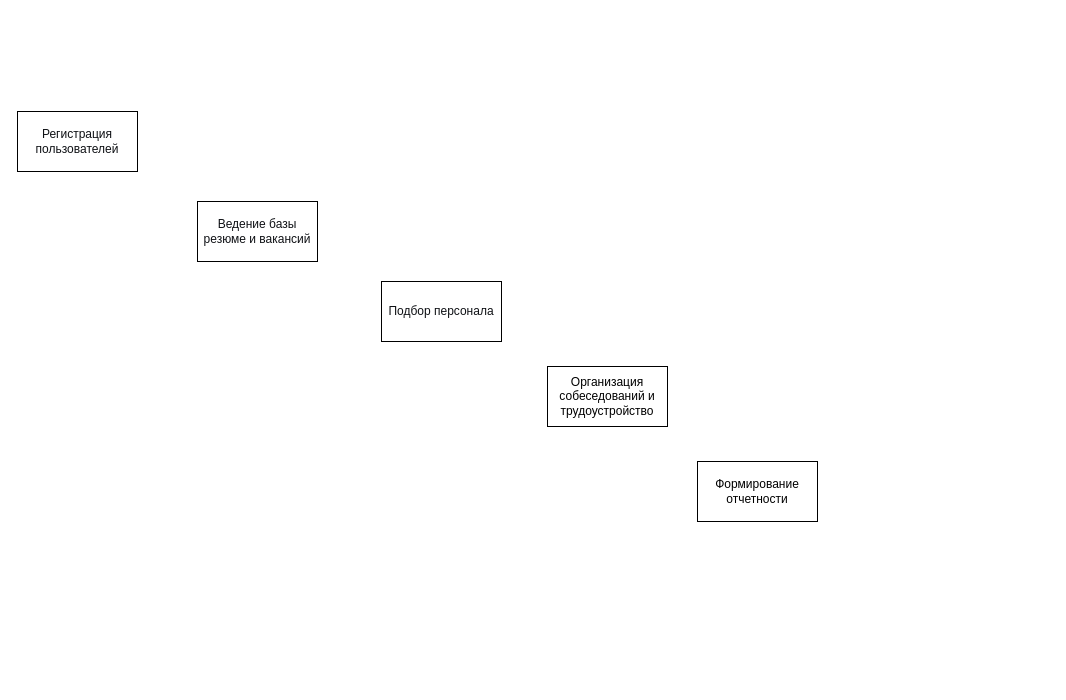
Earlier version of the draw.io diagram page "Страница-2" (2 of 3) of пррр.drawio (Dasha-Angel/work). Source tidied: cells renumbered, new cells numbered last; positions are measured from the earlier drawing's top-left corner, leaving out a move shared by most shapes. Both pictures are drawn from the tidied source at 100%, with x=0, y=0 at pixel (17, 111).
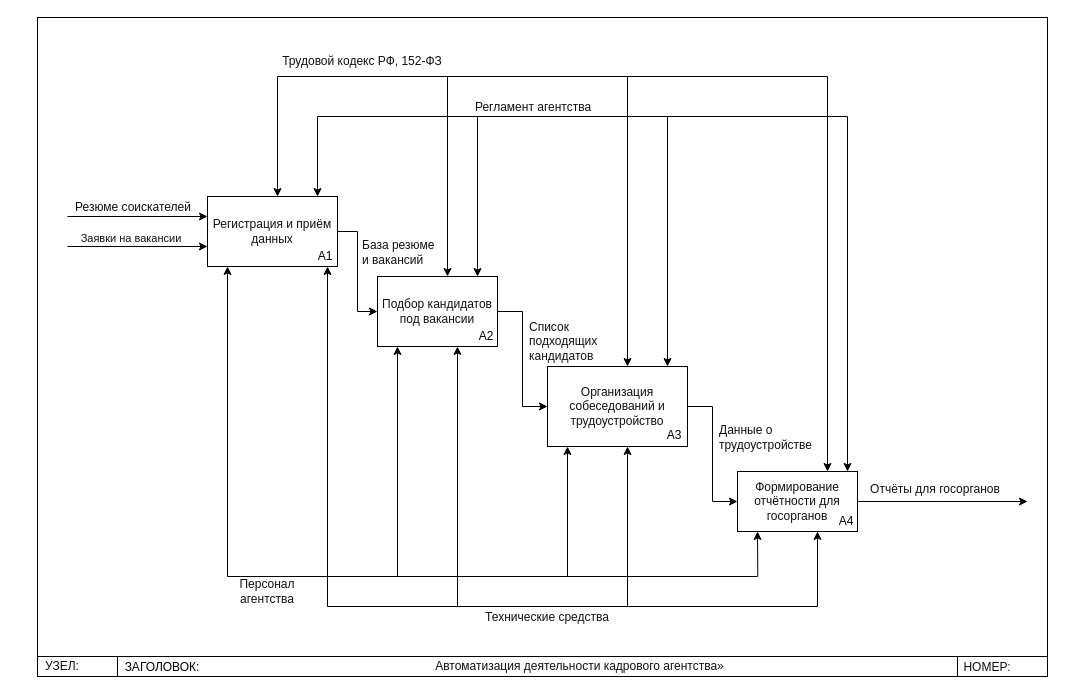
The same page after the edit.

Change to the diagram source:
```diff
@@
-    <mxCell id="2" value="&lt;span style=&quot;color: rgb(15, 17, 21); text-align: start; background-color: rgb(255, 255, 255);&quot;&gt;&lt;font face=&quot;Helvetica&quot;&gt;Регистрация пользователей&lt;/font&gt;&lt;/span&gt;" style="rounded=0;whiteSpace=wrap;html=1;" parent="1" vertex="1">
-      <mxGeometry width="120" height="60" as="geometry" />
-    </mxCell>
-    <mxCell id="3" value="&lt;span style=&quot;color: rgb(15, 17, 21); font-weight: 400; text-align: start; background-color: rgb(255, 255, 255);&quot;&gt;&lt;font face=&quot;Helvetica&quot;&gt;Ведение базы резюме и вакансий&lt;/font&gt;&lt;/span&gt;" style="rounded=0;whiteSpace=wrap;html=1;fontStyle=1;" parent="1" vertex="1">
-      <mxGeometry x="180" y="90" width="120" height="60" as="geometry" />
-    </mxCell>
-    <mxCell id="4" value="&lt;span style=&quot;color: rgb(15, 17, 21); text-align: start; background-color: rgb(255, 255, 255);&quot;&gt;&lt;font face=&quot;Helvetica&quot;&gt;Подбор персонала&lt;/font&gt;&lt;/span&gt;" style="rounded=0;whiteSpace=wrap;html=1;" parent="1" vertex="1">
-      <mxGeometry x="364" y="170" width="120" height="60" as="geometry" />
-    </mxCell>
+    <mxCell id="7" style="rounded=0;whiteSpace=wrap;html=1;" parent="1" vertex="1">
+      <mxGeometry x="20" y="-94" width="1010" height="659" as="geometry" />
+    </mxCell>
+    <mxCell id="8" value="&lt;span style=&quot;color: rgb(15, 17, 21); text-align: start; background-color: rgb(255, 255, 255);&quot;&gt;&lt;span class=&quot;&quot; style=&quot;&quot;&gt;&lt;font face=&quot;Helvetica&quot; style=&quot;&quot;&gt;УЗЕЛ:&lt;/font&gt;&lt;/span&gt;&lt;/span&gt;" style="text;html=1;whiteSpace=wrap;strokeColor=none;fillColor=none;align=center;verticalAlign=middle;rounded=0;" parent="1" vertex="1">
+      <mxGeometry x="10" y="540" width="70" height="30" as="geometry" />
+    </mxCell>
+    <mxCell id="9" value="&lt;span style=&quot;color: rgb(15, 17, 21); text-align: start; background-color: rgb(255, 255, 255);&quot;&gt;&lt;span class=&quot;&quot; style=&quot;&quot;&gt;&lt;font face=&quot;Helvetica&quot;&gt;НОМЕР:&lt;/font&gt;&lt;/span&gt;&lt;/span&gt;" style="text;html=1;whiteSpace=wrap;strokeColor=none;fillColor=none;align=center;verticalAlign=middle;rounded=0;" parent="1" vertex="1">
+      <mxGeometry x="940" y="541" width="60" height="30" as="geometry" />
+    </mxCell>
+    <mxCell id="10" value="&lt;font&gt;&lt;span class=&quot;&quot; style=&quot;color: rgb(15, 17, 21); text-align: start; background-color: rgb(255, 255, 255);&quot;&gt;Автоматизация деятельности кадрового агентства»&lt;/span&gt;&lt;/font&gt;" style="text;html=1;whiteSpace=wrap;strokeColor=none;fillColor=none;align=center;verticalAlign=middle;rounded=0;" parent="1" vertex="1">
+      <mxGeometry x="185" y="540" width="755" height="30" as="geometry" />
+    </mxCell>
+    <mxCell id="11" value="ЗАГОЛОВОК:" style="text;html=1;whiteSpace=wrap;strokeColor=none;fillColor=none;align=center;verticalAlign=middle;rounded=0;" parent="1" vertex="1">
+      <mxGeometry x="105" y="541" width="80" height="30" as="geometry" />
+    </mxCell>
+    <mxCell id="12" style="edgeStyle=orthogonalEdgeStyle;rounded=0;jettySize=auto;html=1;entryX=0;entryY=0.5;entryDx=0;entryDy=0;" parent="1" edge="1" source="13" target="15">
+      <mxGeometry relative="1" as="geometry" />
+    </mxCell>
+    <mxCell id="13" value="&lt;span style=&quot;color: rgb(15, 17, 21); text-align: start; background-color: rgb(255, 255, 255);&quot;&gt;&lt;span class=&quot;&quot; style=&quot;&quot;&gt;&lt;font face=&quot;Helvetica&quot;&gt;Регистрация и приём данных&lt;/font&gt;&lt;/span&gt;&lt;/span&gt;" style="whiteSpace=wrap;html=1;" parent="1" vertex="1">
+      <mxGeometry x="190" y="85" width="130" height="70" as="geometry" />
+    </mxCell>
+    <mxCell id="14" style="edgeStyle=orthogonalEdgeStyle;rounded=0;jettySize=auto;html=1;entryX=0;entryY=0.5;entryDx=0;entryDy=0;" parent="1" edge="1" source="15" target="5">
+      <mxGeometry relative="1" as="geometry" />
+    </mxCell>
+    <mxCell id="15" value="&lt;span style=&quot;color: rgb(15, 17, 21); text-align: start; background-color: rgb(255, 255, 255);&quot;&gt;&lt;span class=&quot;&quot; style=&quot;&quot;&gt;&lt;font&gt;Подбор кандидатов под вакансии&lt;/font&gt;&lt;/span&gt;&lt;/span&gt;" style="whiteSpace=wrap;html=1;" parent="1" vertex="1">
+      <mxGeometry x="360" y="165" width="120" height="70" as="geometry" />
+    </mxCell>
+    <mxCell id="16" style="edgeStyle=orthogonalEdgeStyle;rounded=0;jettySize=auto;html=1;entryX=0;entryY=0.5;entryDx=0;entryDy=0;" parent="1" edge="1" source="5" target="18">
+      <mxGeometry relative="1" as="geometry" />
+    </mxCell>
-    <mxCell id="5" value="Организация собеседований и трудоустройство" style="rounded=0;whiteSpace=wrap;html=1;" parent="1" vertex="1">
-      <mxGeometry x="530" y="255" width="120" height="60" as="geometry" />
+    <mxCell id="5" value="&lt;span style=&quot;color: rgb(15, 17, 21); text-align: start; background-color: rgb(255, 255, 255);&quot;&gt;&lt;span class=&quot;&quot; style=&quot;&quot;&gt;&lt;font face=&quot;Helvetica&quot;&gt;Организация собеседований и трудоустройство&lt;/font&gt;&lt;/span&gt;&lt;/span&gt;" style="whiteSpace=wrap;html=1;" parent="1" vertex="1">
+      <mxGeometry x="530" y="255" width="140" height="80" as="geometry" />
     </mxCell>
-    <mxCell id="6" value="Формирование отчетности" style="rounded=0;whiteSpace=wrap;html=1;" parent="1" vertex="1">
-      <mxGeometry x="680" y="350" width="120" height="60" as="geometry" />
-    </mxCell>
+    <mxCell id="17" style="edgeStyle=orthogonalEdgeStyle;rounded=0;jettySize=auto;html=1;" parent="1" edge="1" source="18">
+      <mxGeometry relative="1" as="geometry">
+        <mxPoint x="1010" y="390" as="targetPoint" />
+      </mxGeometry>
+    </mxCell>
+    <mxCell id="18" value="&lt;span style=&quot;color: rgb(15, 17, 21); text-align: start; background-color: rgb(255, 255, 255);&quot;&gt;&lt;span class=&quot;&quot; style=&quot;&quot;&gt;&lt;font face=&quot;Helvetica&quot;&gt;Формирование отчётности для госорганов&lt;/font&gt;&lt;/span&gt;&lt;/span&gt;" style="whiteSpace=wrap;html=1;" parent="1" vertex="1">
+      <mxGeometry x="720" y="360" width="120" height="60" as="geometry" />
+    </mxCell>
+    <mxCell id="19" value="&lt;span style=&quot;color: rgb(15, 17, 21); text-align: start; background-color: rgb(255, 255, 255);&quot;&gt;&lt;font face=&quot;Helvetica&quot;&gt;Резюме соискателей&lt;/font&gt;&lt;/span&gt;" style="text;html=1;whiteSpace=wrap;strokeColor=none;fillColor=none;align=center;verticalAlign=middle;rounded=0;" parent="1" vertex="1">
+      <mxGeometry x="56" y="81" width="120" height="30" as="geometry" />
+    </mxCell>
+    <mxCell id="20" value="&lt;span style=&quot;color: rgb(15, 17, 21); text-align: start; background-color: rgb(255, 255, 255);&quot;&gt;&lt;font face=&quot;Helvetica&quot; style=&quot;font-size: 11px;&quot;&gt;Заявки на вакансии&lt;/font&gt;&lt;/span&gt;" style="text;html=1;whiteSpace=wrap;strokeColor=none;fillColor=none;align=center;verticalAlign=middle;rounded=0;" parent="1" vertex="1">
+      <mxGeometry x="54" y="112" width="120" height="30" as="geometry" />
+    </mxCell>
+    <mxCell id="21" value="&lt;span style=&quot;color: rgb(15, 17, 21); background-color: rgb(255, 255, 255);&quot;&gt;&lt;span class=&quot;&quot; style=&quot;&quot;&gt;&lt;font face=&quot;Helvetica&quot;&gt;База резюме и вакансий&lt;/font&gt;&lt;/span&gt;&lt;/span&gt;" style="text;html=1;whiteSpace=wrap;strokeColor=none;fillColor=none;align=left;verticalAlign=middle;rounded=0;" parent="1" vertex="1">
+      <mxGeometry x="343" y="126" width="78" height="30" as="geometry" />
+    </mxCell>
+    <mxCell id="22" value="&lt;span style=&quot;color: rgb(15, 17, 21); background-color: rgb(255, 255, 255);&quot;&gt;&lt;span class=&quot;&quot; style=&quot;&quot;&gt;&lt;font&gt;Список подходящих кандидатов&lt;/font&gt;&lt;/span&gt;&lt;/span&gt;" style="text;html=1;whiteSpace=wrap;strokeColor=none;fillColor=none;align=left;verticalAlign=middle;rounded=0;" parent="1" vertex="1">
+      <mxGeometry x="510" y="215" width="110" height="30" as="geometry" />
+    </mxCell>
+    <mxCell id="23" value="&lt;span style=&quot;color: rgb(15, 17, 21); background-color: rgb(255, 255, 255);&quot;&gt;&lt;span class=&quot;&quot; style=&quot;&quot;&gt;&lt;font face=&quot;Helvetica&quot;&gt;Данные о трудоустройстве&lt;/font&gt;&lt;/span&gt;&lt;/span&gt;" style="text;html=1;whiteSpace=wrap;strokeColor=none;fillColor=none;align=left;verticalAlign=middle;rounded=0;" parent="1" vertex="1">
+      <mxGeometry x="700" y="311" width="90" height="30" as="geometry" />
+    </mxCell>
+    <mxCell id="24" value="&lt;span style=&quot;color: rgb(15, 17, 21); text-align: start; background-color: rgb(255, 255, 255);&quot;&gt;&lt;font face=&quot;Helvetica&quot;&gt;Отчёты для госорганов&lt;/font&gt;&lt;/span&gt;" style="text;html=1;whiteSpace=wrap;strokeColor=none;fillColor=none;align=center;verticalAlign=middle;rounded=0;" parent="1" vertex="1">
+      <mxGeometry x="833" y="363" width="170" height="30" as="geometry" />
+    </mxCell>
+    <mxCell id="25" value="&lt;span style=&quot;color: rgb(15, 17, 21); text-align: start; background-color: rgb(255, 255, 255);&quot;&gt;&lt;font&gt;Трудовой кодекс РФ, 152-ФЗ&lt;/font&gt;&lt;/span&gt;" style="text;html=1;whiteSpace=wrap;strokeColor=none;fillColor=none;align=center;verticalAlign=middle;rounded=0;" parent="1" vertex="1">
+      <mxGeometry x="220" y="-65" width="250" height="30" as="geometry" />
+    </mxCell>
+    <mxCell id="26" value="&lt;span style=&quot;color: rgb(15, 17, 21); text-align: start; background-color: rgb(255, 255, 255);&quot;&gt;&lt;font&gt;Регламент агентства&lt;/font&gt;&lt;/span&gt;" style="text;html=1;whiteSpace=wrap;strokeColor=none;fillColor=none;align=center;verticalAlign=middle;rounded=0;" parent="1" vertex="1">
+      <mxGeometry x="396" y="-19" width="240" height="30" as="geometry" />
+    </mxCell>
+    <mxCell id="27" value="&lt;span style=&quot;color: rgb(15, 17, 21); text-align: start; background-color: rgb(255, 255, 255);&quot;&gt;&lt;font face=&quot;Helvetica&quot;&gt;Персонал агентства&lt;/font&gt;&lt;/span&gt;" style="text;html=1;whiteSpace=wrap;strokeColor=none;fillColor=none;align=center;verticalAlign=middle;rounded=0;" parent="1" vertex="1">
+      <mxGeometry x="200" y="465" width="100" height="30" as="geometry" />
+    </mxCell>
+    <mxCell id="28" value="&lt;span style=&quot;color: rgb(15, 17, 21); text-align: start; background-color: rgb(255, 255, 255);&quot;&gt;&lt;font face=&quot;Helvetica&quot;&gt;Технические средства&lt;/font&gt;&lt;/span&gt;" style="text;html=1;whiteSpace=wrap;strokeColor=none;fillColor=none;align=center;verticalAlign=middle;rounded=0;" parent="1" vertex="1">
+      <mxGeometry x="440" y="491" width="180" height="30" as="geometry" />
+    </mxCell>
+    <mxCell id="29" style="endArrow=classic;html=1;rounded=0;" parent="1" edge="1">
+      <mxGeometry relative="1" as="geometry">
+        <mxPoint x="50" y="105" as="sourcePoint" />
+        <mxPoint x="190" y="105" as="targetPoint" />
+      </mxGeometry>
+    </mxCell>
+    <mxCell id="30" style="endArrow=classic;html=1;rounded=0;" parent="1" edge="1">
+      <mxGeometry relative="1" as="geometry">
+        <mxPoint x="50" y="135" as="sourcePoint" />
+        <mxPoint x="190" y="135" as="targetPoint" />
+      </mxGeometry>
+    </mxCell>
+    <mxCell id="31" style="endArrow=classic;html=1;rounded=0;" parent="1" edge="1">
+      <mxGeometry relative="1" as="geometry">
+        <mxPoint x="260" y="-35" as="sourcePoint" />
+        <mxPoint x="260" y="85" as="targetPoint" />
+      </mxGeometry>
+    </mxCell>
+    <mxCell id="32" style="endArrow=classic;html=1;rounded=0;" parent="1" edge="1">
+      <mxGeometry relative="1" as="geometry">
+        <mxPoint x="430" y="-35" as="sourcePoint" />
+        <mxPoint x="430" y="165" as="targetPoint" />
+      </mxGeometry>
+    </mxCell>
+    <mxCell id="33" style="endArrow=classic;html=1;rounded=0;" parent="1" edge="1">
+      <mxGeometry relative="1" as="geometry">
+        <mxPoint x="610" y="-35" as="sourcePoint" />
+        <mxPoint x="610" y="255" as="targetPoint" />
+      </mxGeometry>
+    </mxCell>
+    <mxCell id="34" style="endArrow=classic;html=1;rounded=0;" parent="1" edge="1">
+      <mxGeometry relative="1" as="geometry">
+        <mxPoint x="810" y="-35" as="sourcePoint" />
+        <mxPoint x="810" y="360" as="targetPoint" />
+      </mxGeometry>
+    </mxCell>
+    <mxCell id="35" style="endArrow=none;html=1;rounded=0;" parent="1" edge="1">
+      <mxGeometry relative="1" as="geometry">
+        <mxPoint x="260" y="-35" as="sourcePoint" />
+        <mxPoint x="810" y="-35" as="targetPoint" />
+      </mxGeometry>
+    </mxCell>
+    <mxCell id="36" style="endArrow=classic;html=1;rounded=0;" parent="1" edge="1">
+      <mxGeometry relative="1" as="geometry">
+        <mxPoint x="300" y="5" as="sourcePoint" />
+        <mxPoint x="300" y="85" as="targetPoint" />
+      </mxGeometry>
+    </mxCell>
+    <mxCell id="37" style="endArrow=classic;html=1;rounded=0;" parent="1" edge="1">
+      <mxGeometry relative="1" as="geometry">
+        <mxPoint x="460" y="5" as="sourcePoint" />
+        <mxPoint x="460" y="165" as="targetPoint" />
+      </mxGeometry>
+    </mxCell>
+    <mxCell id="38" style="endArrow=classic;html=1;rounded=0;" parent="1" edge="1">
+      <mxGeometry relative="1" as="geometry">
+        <mxPoint x="650" y="5" as="sourcePoint" />
+        <mxPoint x="650" y="255" as="targetPoint" />
+      </mxGeometry>
+    </mxCell>
+    <mxCell id="39" style="endArrow=classic;html=1;rounded=0;" parent="1" edge="1">
+      <mxGeometry relative="1" as="geometry">
+        <mxPoint x="830" y="5" as="sourcePoint" />
+        <mxPoint x="830" y="360" as="targetPoint" />
+      </mxGeometry>
+    </mxCell>
+    <mxCell id="40" style="endArrow=none;html=1;rounded=0;" parent="1" edge="1">
+      <mxGeometry relative="1" as="geometry">
+        <mxPoint x="300" y="5" as="sourcePoint" />
+        <mxPoint x="830" y="5" as="targetPoint" />
+      </mxGeometry>
+    </mxCell>
+    <mxCell id="41" style="endArrow=classic;html=1;rounded=0;" parent="1" edge="1">
+      <mxGeometry relative="1" as="geometry">
+        <mxPoint x="550" y="465" as="sourcePoint" />
+        <mxPoint x="550" y="335" as="targetPoint" />
+      </mxGeometry>
+    </mxCell>
+    <mxCell id="42" style="endArrow=classic;html=1;rounded=0;" parent="1" edge="1">
+      <mxGeometry relative="1" as="geometry">
+        <mxPoint x="380" y="465" as="sourcePoint" />
+        <mxPoint x="380" y="235" as="targetPoint" />
+      </mxGeometry>
+    </mxCell>
+    <mxCell id="43" style="endArrow=classic;html=1;rounded=0;" parent="1" edge="1">
+      <mxGeometry relative="1" as="geometry">
+        <mxPoint x="210" y="465" as="sourcePoint" />
+        <mxPoint x="210" y="155" as="targetPoint" />
+      </mxGeometry>
+    </mxCell>
+    <mxCell id="44" style="endArrow=classic;html=1;rounded=0;" parent="1" edge="1">
+      <mxGeometry relative="1" as="geometry">
+        <mxPoint x="800" y="495" as="sourcePoint" />
+        <mxPoint x="800" y="420" as="targetPoint" />
+      </mxGeometry>
+    </mxCell>
+    <mxCell id="45" style="endArrow=classic;html=1;rounded=0;" parent="1" edge="1">
+      <mxGeometry relative="1" as="geometry">
+        <mxPoint x="610" y="495" as="sourcePoint" />
+        <mxPoint x="610" y="335" as="targetPoint" />
+      </mxGeometry>
+    </mxCell>
+    <mxCell id="46" style="endArrow=classic;html=1;rounded=0;" parent="1" edge="1">
+      <mxGeometry relative="1" as="geometry">
+        <mxPoint x="440" y="495" as="sourcePoint" />
+        <mxPoint x="440" y="235" as="targetPoint" />
+      </mxGeometry>
+    </mxCell>
+    <mxCell id="47" style="endArrow=classic;html=1;rounded=0;" parent="1" edge="1">
+      <mxGeometry relative="1" as="geometry">
+        <mxPoint x="310" y="495" as="sourcePoint" />
+        <mxPoint x="310" y="155" as="targetPoint" />
+      </mxGeometry>
+    </mxCell>
+    <mxCell id="48" style="endArrow=none;html=1;rounded=0;" parent="1" edge="1">
+      <mxGeometry relative="1" as="geometry">
+        <mxPoint x="210" y="465" as="sourcePoint" />
+        <mxPoint x="740" y="465" as="targetPoint" />
+      </mxGeometry>
+    </mxCell>
+    <mxCell id="49" style="endArrow=classic;html=1;rounded=0;" parent="1" edge="1">
+      <mxGeometry relative="1" as="geometry">
+        <mxPoint x="740.3" y="465" as="sourcePoint" />
+        <mxPoint x="740" y="420" as="targetPoint" />
+      </mxGeometry>
+    </mxCell>
+    <mxCell id="50" style="endArrow=none;html=1;rounded=0;" parent="1" edge="1">
+      <mxGeometry relative="1" as="geometry">
+        <mxPoint x="310" y="495" as="sourcePoint" />
+        <mxPoint x="800" y="495" as="targetPoint" />
+      </mxGeometry>
+    </mxCell>
+    <mxCell id="51" value="А1" style="text;html=1;whiteSpace=wrap;strokeColor=none;fillColor=none;align=center;verticalAlign=middle;rounded=0;" parent="1" vertex="1">
+      <mxGeometry x="303" y="140" width="10" height="10" as="geometry" />
+    </mxCell>
+    <mxCell id="52" value="А2" style="text;html=1;whiteSpace=wrap;strokeColor=none;fillColor=none;align=center;verticalAlign=middle;rounded=0;" parent="1" vertex="1">
+      <mxGeometry x="464" y="220" width="10" height="10" as="geometry" />
+    </mxCell>
+    <mxCell id="53" value="А3" style="text;html=1;whiteSpace=wrap;strokeColor=none;fillColor=none;align=center;verticalAlign=middle;rounded=0;" parent="1" vertex="1">
+      <mxGeometry x="647" y="319" width="20" height="10" as="geometry" />
+    </mxCell>
+    <mxCell id="54" value="А4" style="text;html=1;whiteSpace=wrap;strokeColor=none;fillColor=none;align=center;verticalAlign=middle;rounded=0;" parent="1" vertex="1">
+      <mxGeometry x="824" y="405" width="10" height="10" as="geometry" />
+    </mxCell>
+    <mxCell id="55" style="endArrow=none;html=1;rounded=0;" parent="1" edge="1">
+      <mxGeometry relative="1" as="geometry">
+        <mxPoint x="20" y="545" as="sourcePoint" />
+        <mxPoint x="1030" y="545" as="targetPoint" />
+      </mxGeometry>
+    </mxCell>
+    <mxCell id="56" style="endArrow=none;html=1;rounded=0;" parent="1" edge="1">
+      <mxGeometry relative="1" as="geometry">
+        <mxPoint x="100" y="565" as="sourcePoint" />
+        <mxPoint x="100" y="545" as="targetPoint" />
+      </mxGeometry>
+    </mxCell>
+    <mxCell id="57" style="endArrow=none;html=1;rounded=0;" parent="1" edge="1">
+      <mxGeometry relative="1" as="geometry">
+        <mxPoint x="940" y="565" as="sourcePoint" />
+        <mxPoint x="940" y="545" as="targetPoint" />
+      </mxGeometry>
+    </mxCell>
```
